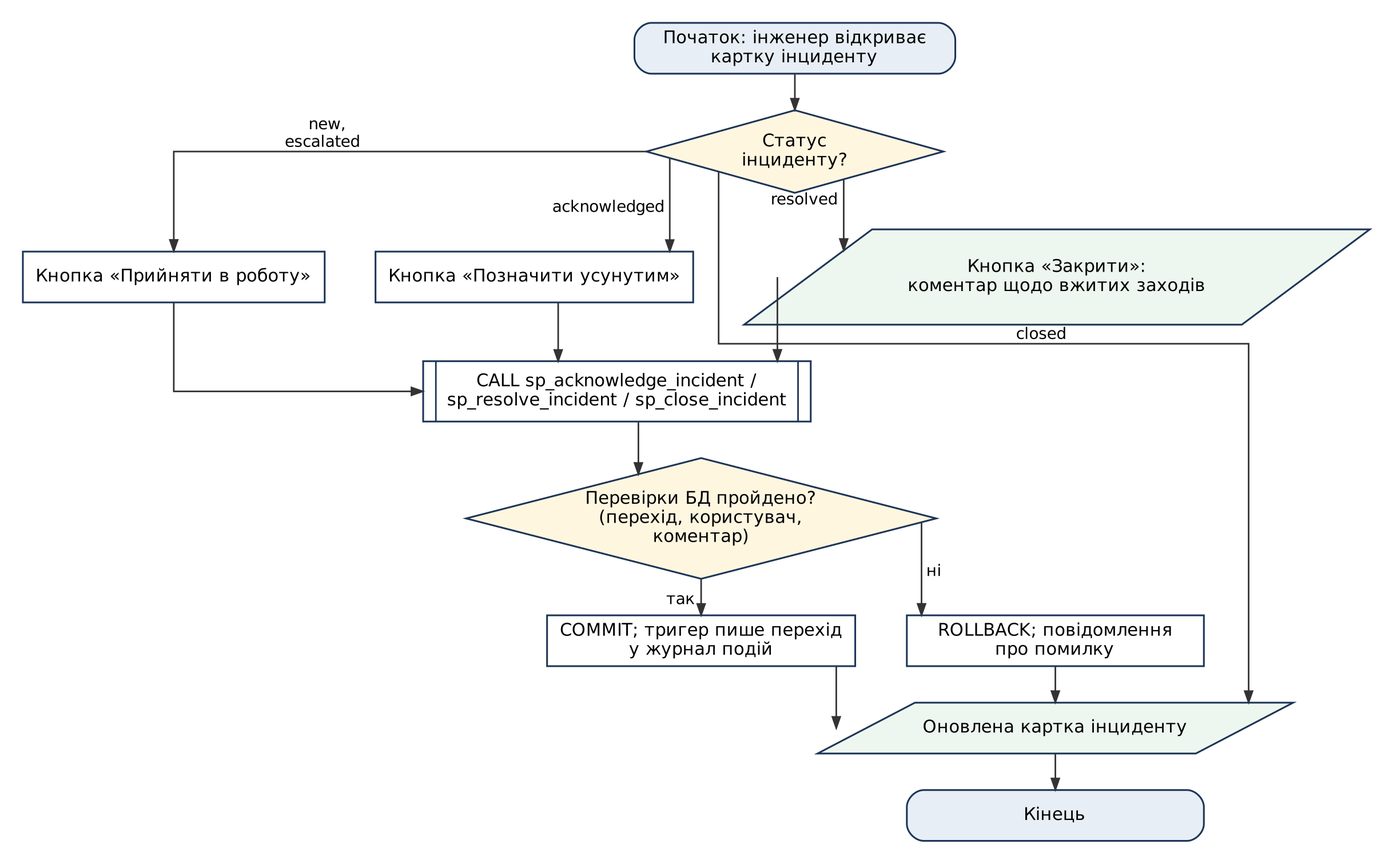
The Graphviz diagram docs/diagrams/flow_05_incident.png in KrutoiPatsan13/laba1, before a commit. Its source is kept beside it as docs/diagrams/src/flow_05_incident.dot. Its diagram source:
```dot
digraph flow_05_incident {
  graph [rankdir=TB, splines=ortho, nodesep=0.45, ranksep=0.32, fontname="DejaVu Sans", pad=0.2, forcelabels=true];
  node [fontname="DejaVu Sans", fontsize=11, width=2.6, height=0.45, color="#1d3557", penwidth=1.1];
  edge [fontname="DejaVu Sans", fontsize=10, color="#333333", arrowsize=0.7];
  n1 [shape=box, style="rounded,filled", fillcolor="#e8eef6", label=<Початок: інженер відкриває<BR/>картку інциденту>, margin="0.25,0.06"];
  n2 [shape=diamond, style=filled, fillcolor="#fff6e0", label=<Статус<BR/>інциденту?>, margin="0.02,0.02"];
  n3 [shape=box, label=<Кнопка «Прийняти в роботу»>];
  n4 [shape=box, label=<Кнопка «Позначити усунутим»>];
  n5 [shape=parallelogram, style=filled, fillcolor="#eef7ef", label=<Кнопка «Закрити»:<BR/>коментар щодо вжитих заходів>, margin="0.02,0.04"];
  n6 [shape=box, margin=0, label=<<TABLE BORDER="0" CELLBORDER="0" CELLSPACING="0" CELLPADDING="0"><TR><TD WIDTH="8" BORDER="1" SIDES="R"></TD><TD CELLPADDING="7">CALL sp_acknowledge_incident /<BR/>sp_resolve_incident / sp_close_incident</TD><TD WIDTH="8" BORDER="1" SIDES="L"></TD></TR></TABLE>>];
  n7 [shape=diamond, style=filled, fillcolor="#fff6e0", label=<Перевірки БД пройдено?<BR/>(перехід, користувач,<BR/>коментар)>, margin="0.02,0.02"];
  n8 [shape=box, label=<COMMIT; тригер пише перехід<BR/>у журнал подій>];
  n9 [shape=box, label=<ROLLBACK; повідомлення<BR/>про помилку>];
  n10 [shape=parallelogram, style=filled, fillcolor="#eef7ef", label=<Оновлена картка інциденту>, margin="0.02,0.04"];
  n11 [shape=box, style="rounded,filled", fillcolor="#e8eef6", label=<Кінець>, margin="0.25,0.06"];
  n1 -> n2;
  n2 -> n3 [xlabel=" new,
escalated "];
  n2 -> n4 [xlabel=" acknowledged "];
  n2 -> n5 [xlabel=" resolved "];
  n2 -> n10 [xlabel=" closed "];
  n3 -> n6;
  n4 -> n6;
  n5 -> n6;
  n6 -> n7;
  n7 -> n8 [xlabel=" так "];
  n7 -> n9 [xlabel=" ні "];
  n8 -> n10;
  n9 -> n10;
  n10 -> n11;
  { rank=same; n3; n4; n5; }
}
```
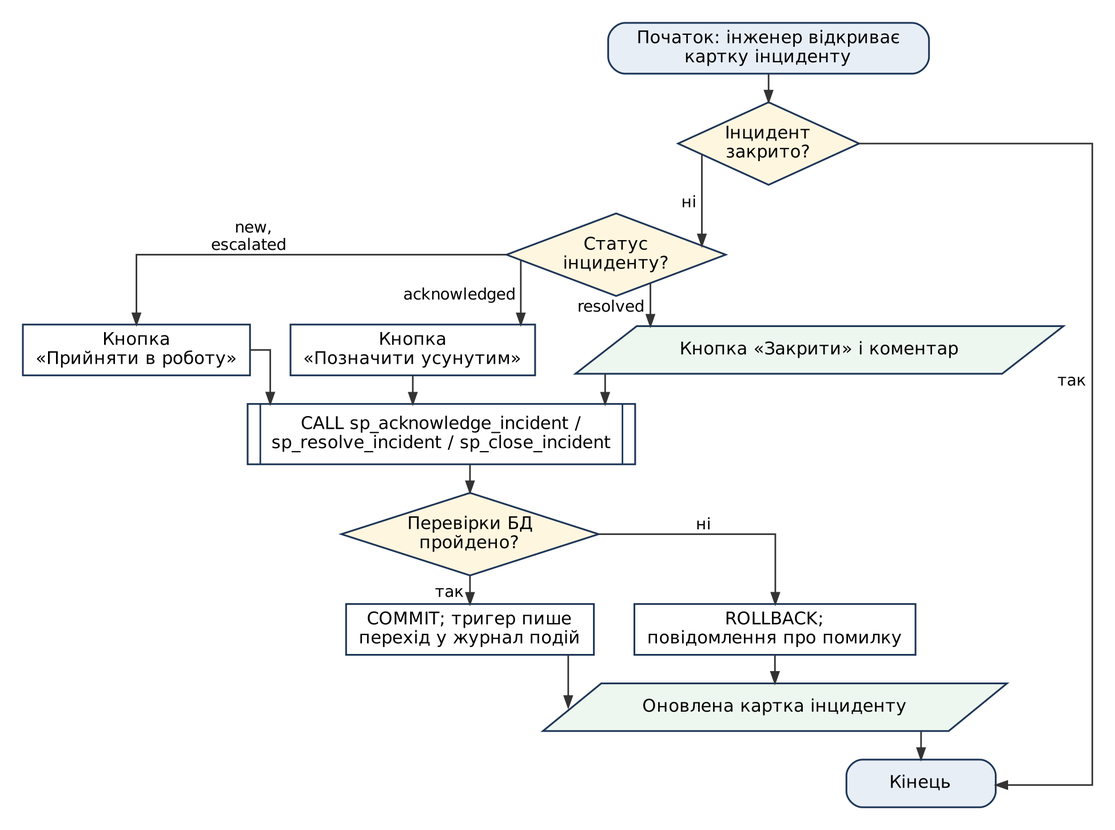
The same file after the commit.

Change to the diagram source:
```diff
@@ -1,32 +1,35 @@
 digraph flow_05_incident {
-  graph [rankdir=TB, splines=ortho, nodesep=0.45, ranksep=0.32, fontname="DejaVu Sans", pad=0.2, forcelabels=true];
-  node [fontname="DejaVu Sans", fontsize=11, width=2.6, height=0.45, color="#1d3557", penwidth=1.1];
+  graph [rankdir=TB, splines=ortho, nodesep=0.35, ranksep=0.25, fontname="DejaVu Sans", pad=0.2, forcelabels=true];
+  node [fontname="DejaVu Sans", fontsize=11, width=1.3, height=0.42, color="#1d3557", penwidth=1.1];
   edge [fontname="DejaVu Sans", fontsize=10, color="#333333", arrowsize=0.7];
   n1 [shape=box, style="rounded,filled", fillcolor="#e8eef6", label=<Початок: інженер відкриває<BR/>картку інциденту>, margin="0.25,0.06"];
-  n2 [shape=diamond, style=filled, fillcolor="#fff6e0", label=<Статус<BR/>інциденту?>, margin="0.02,0.02"];
-  n3 [shape=box, label=<Кнопка «Прийняти в роботу»>];
-  n4 [shape=box, label=<Кнопка «Позначити усунутим»>];
-  n5 [shape=parallelogram, style=filled, fillcolor="#eef7ef", label=<Кнопка «Закрити»:<BR/>коментар щодо вжитих заходів>, margin="0.02,0.04"];
-  n6 [shape=box, margin=0, label=<<TABLE BORDER="0" CELLBORDER="0" CELLSPACING="0" CELLPADDING="0"><TR><TD WIDTH="8" BORDER="1" SIDES="R"></TD><TD CELLPADDING="7">CALL sp_acknowledge_incident /<BR/>sp_resolve_incident / sp_close_incident</TD><TD WIDTH="8" BORDER="1" SIDES="L"></TD></TR></TABLE>>];
-  n7 [shape=diamond, style=filled, fillcolor="#fff6e0", label=<Перевірки БД пройдено?<BR/>(перехід, користувач,<BR/>коментар)>, margin="0.02,0.02"];
-  n8 [shape=box, label=<COMMIT; тригер пише перехід<BR/>у журнал подій>];
-  n9 [shape=box, label=<ROLLBACK; повідомлення<BR/>про помилку>];
-  n10 [shape=parallelogram, style=filled, fillcolor="#eef7ef", label=<Оновлена картка інциденту>, margin="0.02,0.04"];
-  n11 [shape=box, style="rounded,filled", fillcolor="#e8eef6", label=<Кінець>, margin="0.25,0.06"];
+  n2 [shape=diamond, style=filled, fillcolor="#fff6e0", label=<Інцидент<BR/>закрито?>, margin="0.02,0.02"];
+  n3 [shape=diamond, style=filled, fillcolor="#fff6e0", label=<Статус<BR/>інциденту?>, margin="0.02,0.02"];
+  n4 [shape=box, label=<Кнопка<BR/>«Прийняти в роботу»>];
+  n5 [shape=box, label=<Кнопка<BR/>«Позначити усунутим»>];
+  n6 [shape=polygon, sides=4, skew=0.3, style=filled, fillcolor="#eef7ef", label=<Кнопка «Закрити» і коментар>, margin="0.06,0.03"];
+  n7 [shape=box, margin=0, label=<<TABLE BORDER="0" CELLBORDER="0" CELLSPACING="0" CELLPADDING="0"><TR><TD WIDTH="8" BORDER="1" SIDES="R"></TD><TD CELLPADDING="7">CALL sp_acknowledge_incident /<BR/>sp_resolve_incident / sp_close_incident</TD><TD WIDTH="8" BORDER="1" SIDES="L"></TD></TR></TABLE>>];
+  n8 [shape=diamond, style=filled, fillcolor="#fff6e0", label=<Перевірки БД<BR/>пройдено?>, margin="0.02,0.02"];
+  n9 [shape=box, label=<COMMIT; тригер пише<BR/>перехід у журнал подій>];
+  n10 [shape=box, label=<ROLLBACK;<BR/>повідомлення про помилку>];
+  n11 [shape=polygon, sides=4, skew=0.3, style=filled, fillcolor="#eef7ef", label=<Оновлена картка інциденту>, margin="0.06,0.03"];
+  n12 [shape=box, style="rounded,filled", fillcolor="#e8eef6", label=<Кінець>, margin="0.25,0.06"];
   n1 -> n2;
-  n2 -> n3 [xlabel=" new,
+  n2 -> n3 [xlabel=" ні "];
+  n3 -> n4 [xlabel=" new,
 escalated "];
-  n2 -> n4 [xlabel=" acknowledged "];
-  n2 -> n5 [xlabel=" resolved "];
-  n2 -> n10 [xlabel=" closed "];
-  n3 -> n6;
-  n4 -> n6;
-  n5 -> n6;
+  n3 -> n5 [xlabel=" acknowledged "];
+  n3 -> n6 [xlabel=" resolved "];
+  n4 -> n7;
+  n5 -> n7;
   n6 -> n7;
-  n7 -> n8 [xlabel=" так "];
-  n7 -> n9 [xlabel=" ні "];
-  n8 -> n10;
-  n9 -> n10;
+  n7 -> n8;
+  n8 -> n9 [xlabel=" так "];
+  n8 -> n10 [xlabel=" ні "];
+  n9 -> n11;
   n10 -> n11;
-  { rank=same; n3; n4; n5; }
+  n11 -> n12;
+  n2 -> n12 [xlabel=" так "];
+  { rank=same; n4; n5; n6; }
+  { rank=same; n9; n10; }
 }
```
